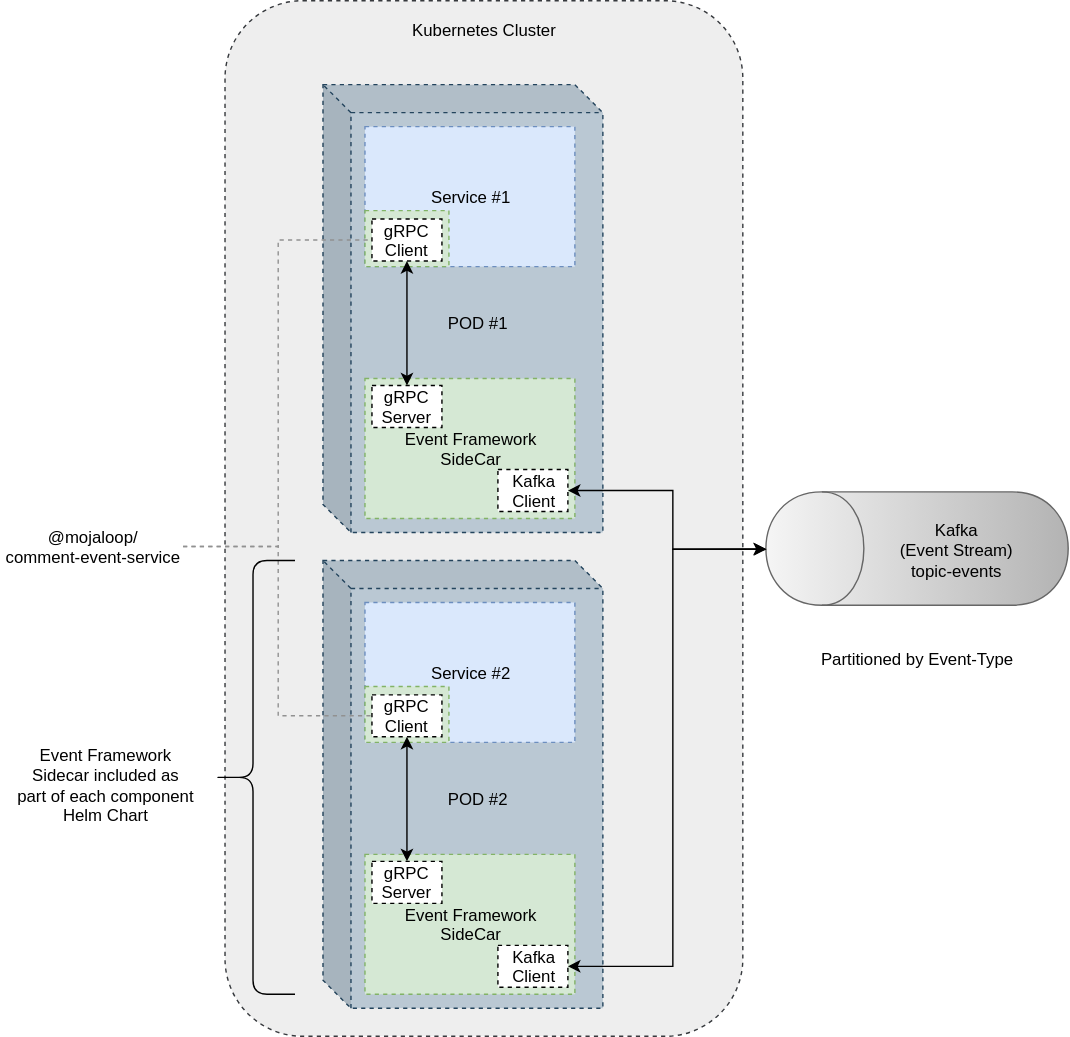
Above: mojaloop-technical-overview/event-framework/assets/diagrams/architecture/architecture-event-sidecar.svg in mojaloop/documentation (draw.io), before the change. Source tidied: cells renumbered, new cells last; positions are measured from the earlier drawing's top-left corner, leaving out a move shared by most shapes.
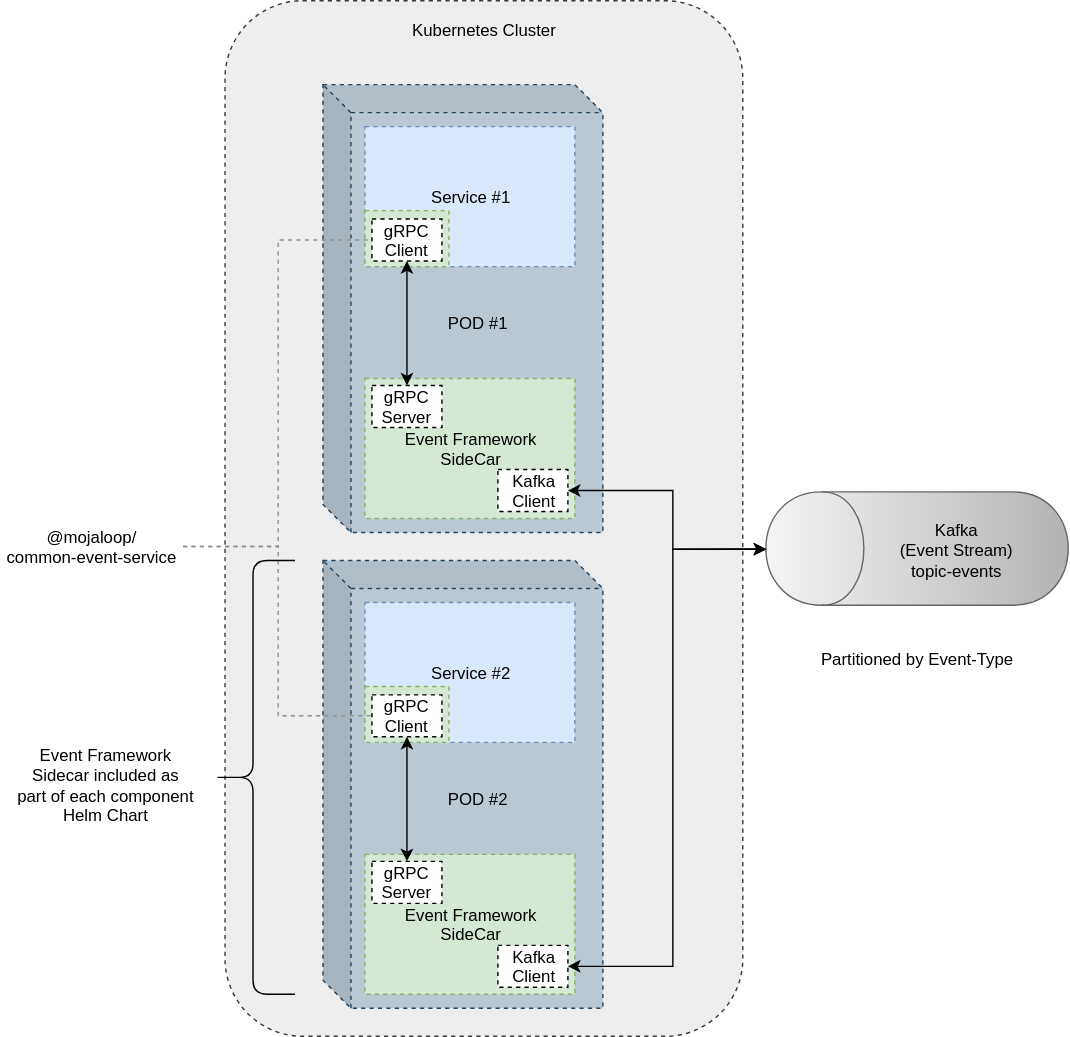
After the change.

Diff of the diagram source:
```diff
@@ -76,7 +76,7 @@
     <mxCell id="24" style="edgeStyle=orthogonalEdgeStyle;rounded=0;jettySize=auto;html=1;exitX=1;exitY=0.5;exitDx=0;exitDy=0;entryX=0;entryY=0.5;entryDx=0;entryDy=0;endArrow=none;endFill=0;dashed=1;fillColor=#f5f5f5;strokeColor=#919191;" parent="1" edge="1" source="25" target="22">
       <mxGeometry relative="1" as="geometry" />
     </mxCell>
-    <mxCell id="25" value="@mojaloop/&lt;br&gt;comment-event-service" style="text;html=1;strokeColor=none;fillColor=none;align=center;verticalAlign=middle;whiteSpace=wrap;rounded=0;" parent="1" vertex="1">
+    <mxCell id="25" value="@mojaloop/&lt;br&gt;common-event-service" style="text;html=1;strokeColor=none;fillColor=none;align=center;verticalAlign=middle;whiteSpace=wrap;rounded=0;" parent="1" vertex="1">
       <mxGeometry y="380" width="130" height="20" as="geometry" />
     </mxCell>
     <mxCell id="26" style="edgeStyle=orthogonalEdgeStyle;rounded=0;jettySize=auto;html=1;exitX=1;exitY=0.5;exitDx=0;exitDy=0;entryX=0;entryY=0.5;entryDx=0;entryDy=0;endArrow=none;endFill=0;dashed=1;fillColor=#f5f5f5;strokeColor=#919191;" parent="1" edge="1" source="25" target="13">
```
